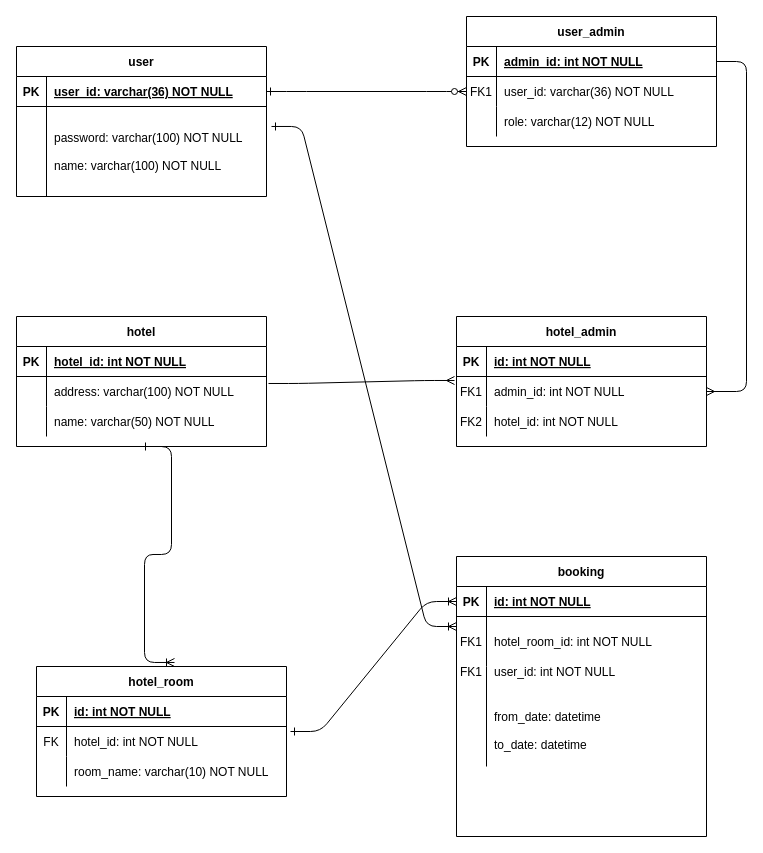
The draw.io diagram alobook-xml.drawio in Tran-Minh23/allah, before the edit. Source tidied: cells renumbered, new cells numbered last; positions are measured from the earlier drawing's top-left corner, leaving out a move shared by most shapes. Both pictures are drawn from the tidied source at 100%, with x=0, y=0 at pixel (16, 16).
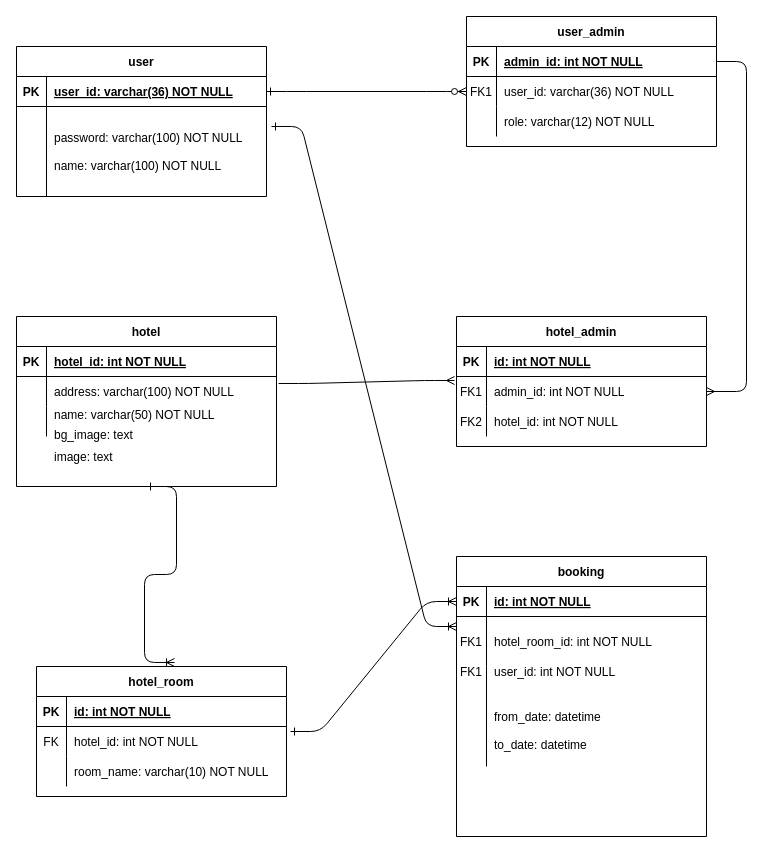
After the change.

What changed in the source:
```diff
@@
     <mxCell id="32" value="hotel" style="shape=table;startSize=30;childLayout=tableLayout;rowLines=0;fontStyle=1;align=center;" parent="1" vertex="1">
-      <mxGeometry y="300" width="250" height="130" as="geometry" />
+      <mxGeometry y="300" width="260" height="170" as="geometry" />
     </mxCell>
     <mxCell id="33" style="shape=partialRectangle;fillColor=none;top=0;left=0;right=0;bottom=1;" parent="32" vertex="1">
-      <mxGeometry y="30" width="250" height="30" as="geometry" />
+      <mxGeometry y="30" width="260" height="30" as="geometry" />
     </mxCell>
@@
     <mxCell id="35" value="hotel_id: int NOT NULL " style="shape=partialRectangle;overflow=hidden;fillColor=none;top=0;left=0;bottom=0;right=0;align=left;spacingLeft=6;fontStyle=5;" parent="33" vertex="1">
-      <mxGeometry x="30" width="220" height="30" as="geometry" />
+      <mxGeometry x="30" width="230" height="30" as="geometry" />
     </mxCell>
     <mxCell id="36" style="shape=partialRectangle;fillColor=none;points=[[0,0.5],[1,0.5]];portConstraint=eastwest;top=0;left=0;right=0;bottom=0;" parent="32" vertex="1">
-      <mxGeometry y="60" width="250" height="30" as="geometry" />
+      <mxGeometry y="60" width="260" height="30" as="geometry" />
     </mxCell>
@@
     <mxCell id="38" value="address: varchar(100) NOT NULL" style="shape=partialRectangle;overflow=hidden;fillColor=none;top=0;left=0;bottom=0;right=0;align=left;spacingLeft=6;" parent="36" vertex="1">
-      <mxGeometry x="30" width="220" height="30" as="geometry" />
+      <mxGeometry x="30" width="230" height="30" as="geometry" />
     </mxCell>
     <mxCell id="39" style="shape=partialRectangle;fillColor=none;top=0;left=0;right=0;bottom=0;" parent="32" vertex="1">
-      <mxGeometry y="90" width="250" height="30" as="geometry" />
+      <mxGeometry y="90" width="260" height="30" as="geometry" />
     </mxCell>
@@
-    <mxCell id="41" value="name: varchar(50) NOT NULL" style="shape=partialRectangle;overflow=hidden;fillColor=none;top=0;left=0;bottom=0;right=0;align=left;spacingLeft=6;" parent="39" vertex="1">
-      <mxGeometry x="30" width="220" height="30" as="geometry" />
+    <mxCell id="41" value="name: varchar(50) NOT NULL&#10;" style="shape=partialRectangle;overflow=hidden;fillColor=none;top=0;left=0;bottom=0;right=0;align=left;spacingLeft=6;" parent="39" vertex="1">
+      <mxGeometry x="30" width="230" height="30" as="geometry" />
     </mxCell>
@@
+    <mxCell id="68" value="bg_image: text&#10;" style="shape=partialRectangle;overflow=hidden;fillColor=none;top=0;left=0;bottom=0;right=0;align=left;spacingLeft=6;" parent="1" vertex="1">
+      <mxGeometry x="30" y="410" width="230" height="20" as="geometry" />
+    </mxCell>
+    <mxCell id="69" value="image: text" style="shape=partialRectangle;overflow=hidden;fillColor=none;top=0;left=0;bottom=0;right=0;align=left;spacingLeft=6;" parent="1" vertex="1">
+      <mxGeometry x="30" y="430" width="230" height="20" as="geometry" />
+    </mxCell>
```
